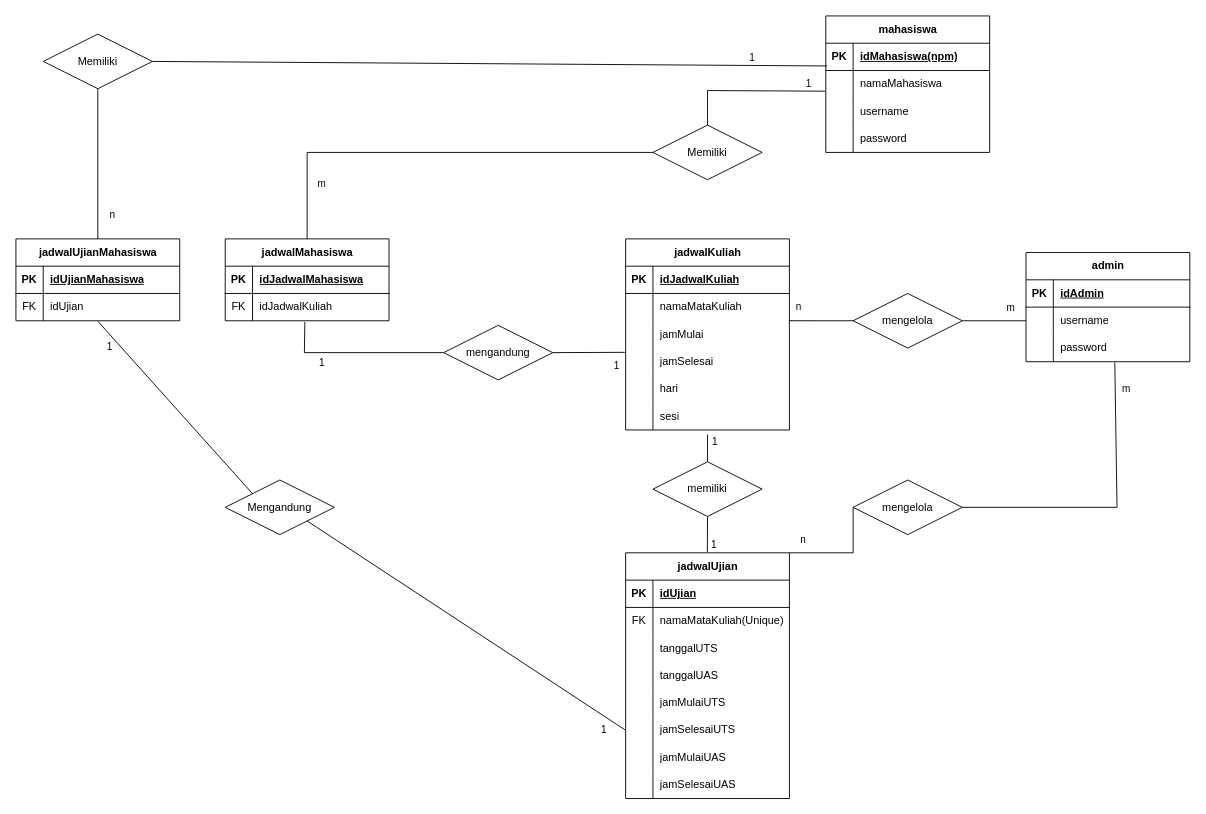
Above: diagram/ERD simulasi FRS.drawio in putra443/perangkat-lunak-simulasi-frs (draw.io), before the change. Source tidied: cells renumbered, new cells numbered last; positions are measured from the earlier drawing's top-left corner, leaving out a move shared by most shapes. Both pictures are drawn from the tidied source at 91%, with x=0, y=0 at pixel (15, 15).
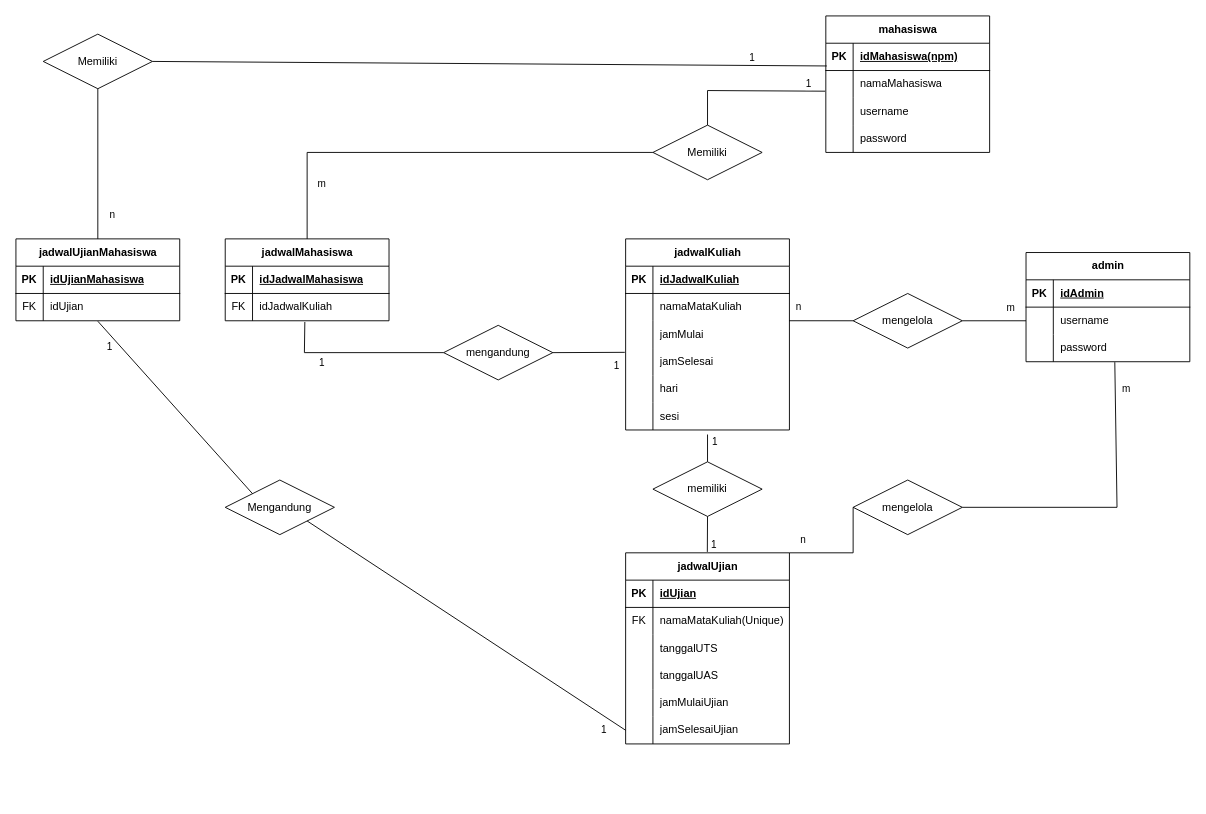
The same diagram, later.

Commit message (it also covers changes not shown here):
diagram alur perangkat lunak

The change refers to these unchanged cells:
```xml
<mxCell id="34" style="shape=tableRow;horizontal=0;startSize=0;swimlaneHead=0;swimlaneBody=0;fillColor=none;top=0;left=0;right=0;bottom=0;" parent="21" vertex="1">
  <mxGeometry y="150" width="180" height="30" as="geometry" />
</mxCell>
<mxCell id="37" style="shape=tableRow;horizontal=0;startSize=0;swimlaneHead=0;swimlaneBody=0;fillColor=none;points=[[0,0.5],[1,0.5]];portConstraint=eastwest;top=0;left=0;right=0;bottom=0;" parent="21" vertex="1">
  <mxGeometry y="180" width="180" height="30" as="geometry" />
</mxCell>
```

Change to the diagram source:
```diff
@@
     <mxCell id="21" value="jadwalUjian" style="shape=table;startSize=30;childLayout=tableLayout;rowLines=0;fontStyle=1;align=center;html=1;" parent="1" vertex="1">
-      <mxGeometry x="670" y="590" width="180" height="270" as="geometry" />
+      <mxGeometry x="670" y="590" width="180" height="210" as="geometry" />
     </mxCell>
@@
-    <mxCell id="36" value="jamMulaiUTS" style="shape=partialRectangle;fillColor=none;top=0;left=0;bottom=0;right=0;align=left;spacingLeft=6;overflow=hidden;whiteSpace=wrap;html=1;" parent="34" vertex="1">
+    <mxCell id="36" value="jamMulaiUjian" style="shape=partialRectangle;fillColor=none;top=0;left=0;bottom=0;right=0;align=left;spacingLeft=6;overflow=hidden;whiteSpace=wrap;html=1;" parent="34" vertex="1">
       <mxGeometry x="30" width="150" height="30" as="geometry" />
     </mxCell>
@@
-    <mxCell id="39" value="jamSelesaiUTS" style="shape=partialRectangle;fillColor=none;top=0;left=0;bottom=0;right=0;align=left;spacingLeft=6;overflow=hidden;whiteSpace=wrap;html=1;" parent="37" vertex="1">
+    <mxCell id="39" value="jamSelesaiUjian" style="shape=partialRectangle;fillColor=none;top=0;left=0;bottom=0;right=0;align=left;spacingLeft=6;overflow=hidden;whiteSpace=wrap;html=1;" parent="37" vertex="1">
       <mxGeometry x="30" width="150" height="30" as="geometry" />
     </mxCell>
-    <mxCell id="40" style="shape=tableRow;horizontal=0;startSize=0;swimlaneHead=0;swimlaneBody=0;fillColor=none;top=0;left=0;right=0;bottom=0;" parent="21" vertex="1">
-      <mxGeometry y="210" width="180" height="30" as="geometry" />
-    </mxCell>
-    <mxCell id="41" style="shape=partialRectangle;fillColor=none;top=0;left=0;bottom=0;right=0;overflow=hidden;whiteSpace=wrap;html=1;" parent="40" vertex="1">
-      <mxGeometry width="30" height="30" as="geometry" />
-    </mxCell>
-    <mxCell id="42" value="jamMulaiUAS" style="shape=partialRectangle;fillColor=none;top=0;left=0;bottom=0;right=0;align=left;spacingLeft=6;overflow=hidden;whiteSpace=wrap;html=1;" parent="40" vertex="1">
-      <mxGeometry x="30" width="150" height="30" as="geometry" />
-    </mxCell>
-    <mxCell id="43" style="shape=tableRow;horizontal=0;startSize=0;swimlaneHead=0;swimlaneBody=0;fillColor=none;top=0;left=0;right=0;bottom=0;" parent="21" vertex="1">
-      <mxGeometry y="240" width="180" height="30" as="geometry" />
-    </mxCell>
-    <mxCell id="44" style="shape=partialRectangle;fillColor=none;top=0;left=0;bottom=0;right=0;overflow=hidden;whiteSpace=wrap;html=1;" parent="43" vertex="1">
-      <mxGeometry width="30" height="30" as="geometry" />
-    </mxCell>
-    <mxCell id="45" value="jamSelesaiUAS" style="shape=partialRectangle;fillColor=none;top=0;left=0;bottom=0;right=0;align=left;spacingLeft=6;overflow=hidden;whiteSpace=wrap;html=1;" parent="43" vertex="1">
-      <mxGeometry x="30" width="150" height="30" as="geometry" />
-    </mxCell>
```
